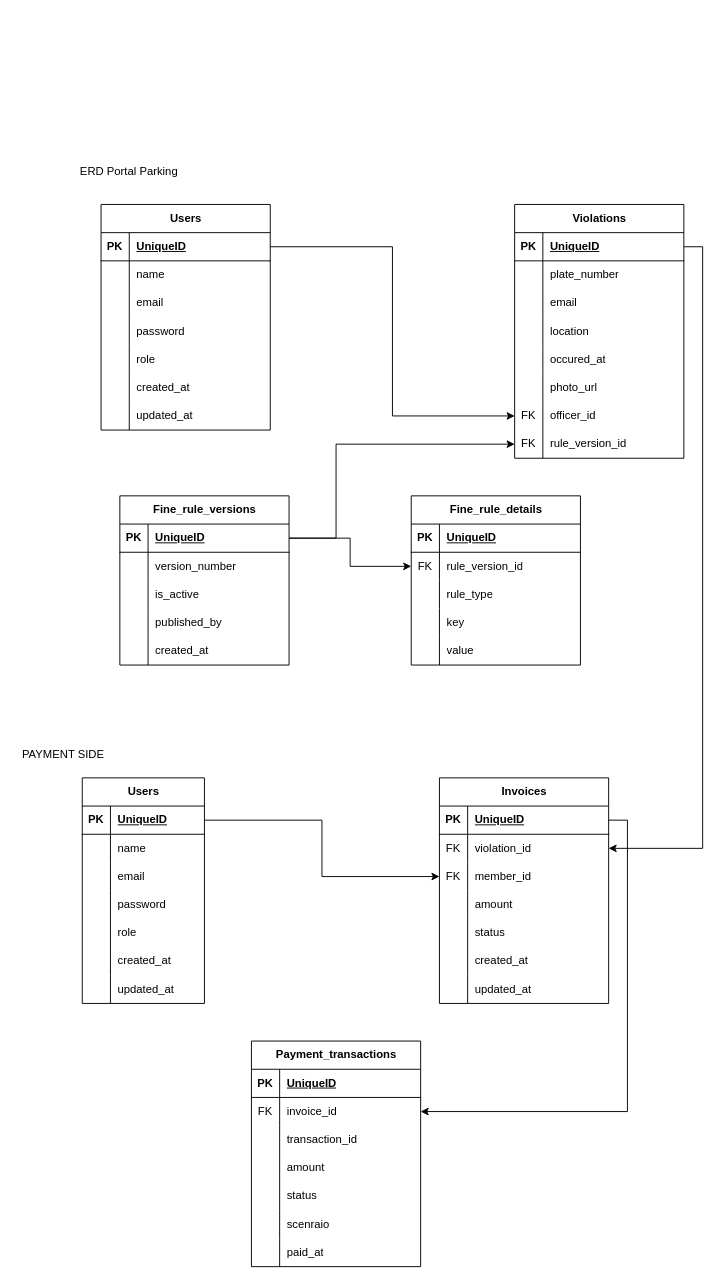
Earlier version of the draw.io diagram docs/backend/ERD.drawio (rizkimustafiyanto/parking_portal). Source tidied: cells renumbered, new cells numbered last; positions are measured from the earlier drawing's top-left corner, leaving out a move shared by most shapes. Both pictures are drawn from the tidied source at 94%, with x=0, y=0 at pixel (16, 157).
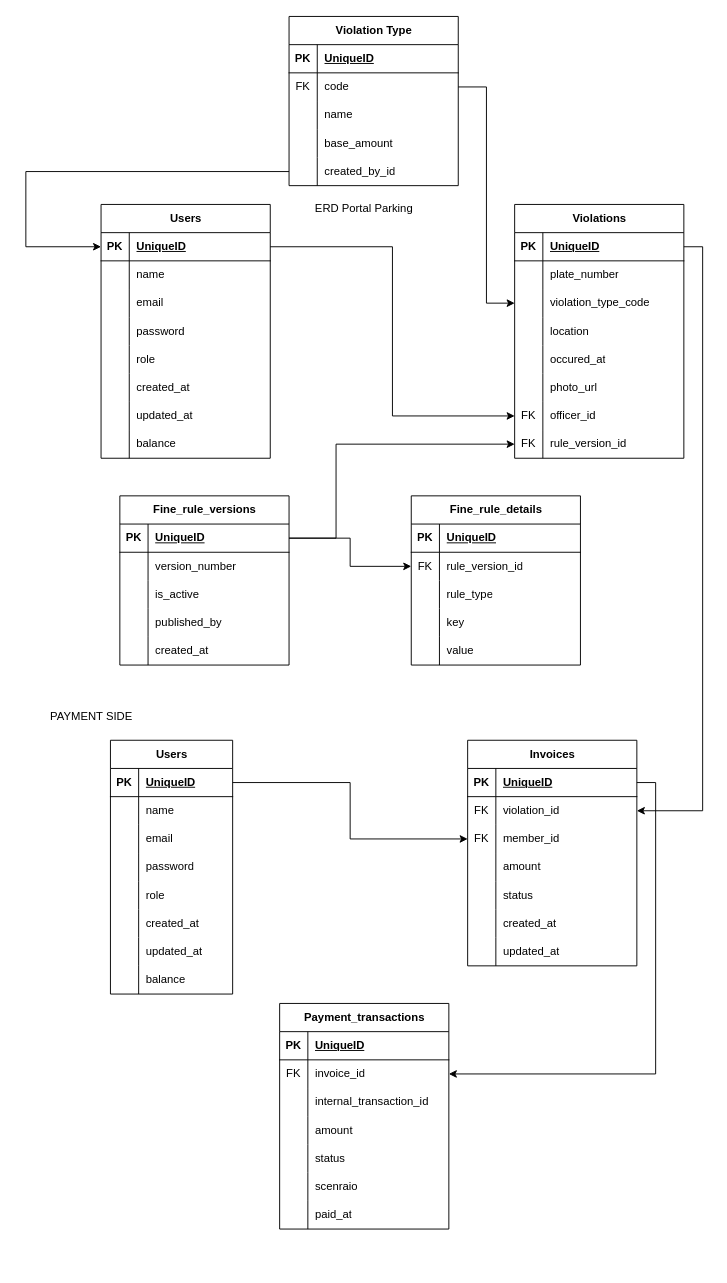
After the change.

The change refers to these unchanged cells:
```xml
<mxCell id="3" style="shape=tableRow;horizontal=0;startSize=0;swimlaneHead=0;swimlaneBody=0;fillColor=none;points=[[0,0.5],[1,0.5]];portConstraint=eastwest;top=0;left=0;right=0;bottom=1;" parent="2" vertex="1">
  <mxGeometry y="30" width="180" height="30" as="geometry" />
</mxCell>
<mxCell id="31" style="shape=tableRow;horizontal=0;startSize=0;swimlaneHead=0;swimlaneBody=0;fillColor=none;points=[[0,0.5],[1,0.5]];portConstraint=eastwest;top=0;left=0;right=0;bottom=0;" parent="24" vertex="1">
  <mxGeometry y="90" width="180" height="30" as="geometry" />
</mxCell>
<mxCell id="137" style="shape=tableRow;horizontal=0;startSize=0;swimlaneHead=0;swimlaneBody=0;fillColor=none;top=0;left=0;right=0;bottom=0;" parent="130" vertex="1">
  <mxGeometry y="90" width="180" height="30" as="geometry" />
</mxCell>
```

Change to the diagram source:
```diff
@@
     <mxCell id="2" value="Users" style="shape=table;startSize=30;childLayout=tableLayout;rowLines=0;fontStyle=1;align=center;html=1;" parent="1" vertex="1">
-      <mxGeometry x="90" y="50" width="180" height="240" as="geometry" />
+      <mxGeometry x="90" y="50" width="180" height="270" as="geometry" />
     </mxCell>
@@
+    <mxCell id="155" style="shape=tableRow;horizontal=0;startSize=0;swimlaneHead=0;swimlaneBody=0;fillColor=none;top=0;left=0;right=0;bottom=0;" parent="2" vertex="1">
+      <mxGeometry y="240" width="180" height="30" as="geometry" />
+    </mxCell>
+    <mxCell id="156" style="shape=partialRectangle;fillColor=none;top=0;left=0;bottom=0;right=0;overflow=hidden;whiteSpace=wrap;html=1;" parent="155" vertex="1">
+      <mxGeometry width="30" height="30" as="geometry" />
+    </mxCell>
+    <mxCell id="157" value="balance" style="shape=partialRectangle;fillColor=none;top=0;left=0;bottom=0;right=0;align=left;spacingLeft=6;overflow=hidden;whiteSpace=wrap;html=1;" parent="155" vertex="1">
+      <mxGeometry x="30" width="150" height="30" as="geometry" />
+    </mxCell>
@@
-    <mxCell id="33" value="email" style="shape=partialRectangle;fillColor=none;top=0;left=0;bottom=0;right=0;align=left;spacingLeft=6;overflow=hidden;whiteSpace=wrap;html=1;" parent="31" vertex="1">
+    <mxCell id="33" value="violation_type_code" style="shape=partialRectangle;fillColor=none;top=0;left=0;bottom=0;right=0;align=left;spacingLeft=6;overflow=hidden;whiteSpace=wrap;html=1;" parent="31" vertex="1">
       <mxGeometry x="30" width="150" height="30" as="geometry" />
     </mxCell>
@@
     <mxCell id="84" value="ERD Portal Parking" style="text;html=1;whiteSpace=wrap;strokeColor=none;fillColor=none;align=center;verticalAlign=middle;rounded=0;" parent="1" vertex="1">
-      <mxGeometry x="60" width="120" height="30" as="geometry" />
+      <mxGeometry x="310" y="40" width="120" height="30" as="geometry" />
     </mxCell>
     <mxCell id="85" value="PAYMENT SIDE" style="text;html=1;whiteSpace=wrap;strokeColor=none;fillColor=none;align=center;verticalAlign=middle;rounded=0;" parent="1" vertex="1">
-      <mxGeometry y="620" width="100" height="30" as="geometry" />
+      <mxGeometry x="30" y="580" width="100" height="30" as="geometry" />
     </mxCell>
     <mxCell id="86" value="Users" style="shape=table;startSize=30;childLayout=tableLayout;rowLines=0;fontStyle=1;align=center;html=1;" parent="1" vertex="1">
-      <mxGeometry x="70" y="660" width="130" height="240" as="geometry" />
+      <mxGeometry x="100" y="620" width="130" height="270" as="geometry" />
     </mxCell>
@@
+    <mxCell id="158" style="shape=tableRow;horizontal=0;startSize=0;swimlaneHead=0;swimlaneBody=0;fillColor=none;top=0;left=0;right=0;bottom=0;" parent="86" vertex="1">
+      <mxGeometry y="240" width="130" height="30" as="geometry" />
+    </mxCell>
+    <mxCell id="159" style="shape=partialRectangle;fillColor=none;top=0;left=0;bottom=0;right=0;overflow=hidden;whiteSpace=wrap;html=1;" parent="158" vertex="1">
+      <mxGeometry width="30" height="30" as="geometry" />
+    </mxCell>
+    <mxCell id="160" value="balance" style="shape=partialRectangle;fillColor=none;top=0;left=0;bottom=0;right=0;align=left;spacingLeft=6;overflow=hidden;whiteSpace=wrap;html=1;" parent="158" vertex="1">
+      <mxGeometry x="30" width="100" height="30" as="geometry" />
+    </mxCell>
     <mxCell id="108" value="Invoices" style="shape=table;startSize=30;childLayout=tableLayout;rowLines=0;fontStyle=1;align=center;html=1;" parent="1" vertex="1">
-      <mxGeometry x="450" y="660" width="180" height="240" as="geometry" />
+      <mxGeometry x="480" y="620" width="180" height="240" as="geometry" />
     </mxCell>
@@
     <mxCell id="130" value="Payment_transactions" style="shape=table;startSize=30;childLayout=tableLayout;rowLines=0;fontStyle=1;align=center;html=1;" parent="1" vertex="1">
-      <mxGeometry x="250" y="940" width="180" height="240" as="geometry" />
+      <mxGeometry x="280" y="900" width="180" height="240" as="geometry" />
     </mxCell>
@@
-    <mxCell id="139" value="transaction_id" style="shape=partialRectangle;fillColor=none;top=0;left=0;bottom=0;right=0;align=left;spacingLeft=6;overflow=hidden;whiteSpace=wrap;html=1;" parent="137" vertex="1">
+    <mxCell id="139" value="internal_transaction_id" style="shape=partialRectangle;fillColor=none;top=0;left=0;bottom=0;right=0;align=left;spacingLeft=6;overflow=hidden;whiteSpace=wrap;html=1;" parent="137" vertex="1">
       <mxGeometry x="30" width="150" height="30" as="geometry" />
     </mxCell>
@@
+    <mxCell id="161" value="Violation Type" style="shape=table;startSize=30;childLayout=tableLayout;rowLines=0;fontStyle=1;align=center;html=1;" parent="1" vertex="1">
+      <mxGeometry x="290" y="-150" width="180" height="180" as="geometry" />
+    </mxCell>
+    <mxCell id="162" style="shape=tableRow;horizontal=0;startSize=0;swimlaneHead=0;swimlaneBody=0;fillColor=none;top=0;left=0;right=0;bottom=1;" parent="161" vertex="1">
+      <mxGeometry y="30" width="180" height="30" as="geometry" />
+    </mxCell>
+    <mxCell id="163" value="PK" style="shape=partialRectangle;fillColor=none;top=0;left=0;bottom=0;right=0;fontStyle=1;overflow=hidden;whiteSpace=wrap;html=1;" parent="162" vertex="1">
+      <mxGeometry width="30" height="30" as="geometry" />
+    </mxCell>
+    <mxCell id="164" value="UniqueID" style="shape=partialRectangle;fillColor=none;top=0;left=0;bottom=0;right=0;align=left;spacingLeft=6;fontStyle=5;overflow=hidden;whiteSpace=wrap;html=1;" parent="162" vertex="1">
+      <mxGeometry x="30" width="150" height="30" as="geometry" />
+    </mxCell>
+    <mxCell id="165" style="shape=tableRow;horizontal=0;startSize=0;swimlaneHead=0;swimlaneBody=0;fillColor=none;points=[[0,0.5],[1,0.5]];portConstraint=eastwest;top=0;left=0;right=0;bottom=0;" parent="161" vertex="1">
+      <mxGeometry y="60" width="180" height="30" as="geometry" />
+    </mxCell>
+    <mxCell id="166" value="FK" style="shape=partialRectangle;fillColor=none;top=0;left=0;bottom=0;right=0;overflow=hidden;whiteSpace=wrap;html=1;" parent="165" vertex="1">
+      <mxGeometry width="30" height="30" as="geometry" />
+    </mxCell>
+    <mxCell id="167" value="code" style="shape=partialRectangle;fillColor=none;top=0;left=0;bottom=0;right=0;align=left;spacingLeft=6;overflow=hidden;whiteSpace=wrap;html=1;" parent="165" vertex="1">
+      <mxGeometry x="30" width="150" height="30" as="geometry" />
+    </mxCell>
+    <mxCell id="168" style="shape=tableRow;horizontal=0;startSize=0;swimlaneHead=0;swimlaneBody=0;fillColor=none;top=0;left=0;right=0;bottom=0;" parent="161" vertex="1">
+      <mxGeometry y="90" width="180" height="30" as="geometry" />
+    </mxCell>
+    <mxCell id="169" style="shape=partialRectangle;fillColor=none;top=0;left=0;bottom=0;right=0;overflow=hidden;whiteSpace=wrap;html=1;" parent="168" vertex="1">
+      <mxGeometry width="30" height="30" as="geometry" />
+    </mxCell>
+    <mxCell id="170" value="name&lt;span style=&quot;white-space: pre;&quot;&gt;&#9;&lt;/span&gt;" style="shape=partialRectangle;fillColor=none;top=0;left=0;bottom=0;right=0;align=left;spacingLeft=6;overflow=hidden;whiteSpace=wrap;html=1;" parent="168" vertex="1">
+      <mxGeometry x="30" width="150" height="30" as="geometry" />
+    </mxCell>
+    <mxCell id="171" style="shape=tableRow;horizontal=0;startSize=0;swimlaneHead=0;swimlaneBody=0;fillColor=none;top=0;left=0;right=0;bottom=0;" parent="161" vertex="1">
+      <mxGeometry y="120" width="180" height="30" as="geometry" />
+    </mxCell>
+    <mxCell id="172" style="shape=partialRectangle;fillColor=none;top=0;left=0;bottom=0;right=0;overflow=hidden;whiteSpace=wrap;html=1;" parent="171" vertex="1">
+      <mxGeometry width="30" height="30" as="geometry" />
+    </mxCell>
+    <mxCell id="173" value="base_amount" style="shape=partialRectangle;fillColor=none;top=0;left=0;bottom=0;right=0;align=left;spacingLeft=6;overflow=hidden;whiteSpace=wrap;html=1;" parent="171" vertex="1">
+      <mxGeometry x="30" width="150" height="30" as="geometry" />
+    </mxCell>
+    <mxCell id="174" style="shape=tableRow;horizontal=0;startSize=0;swimlaneHead=0;swimlaneBody=0;fillColor=none;points=[[0,0.5],[1,0.5]];portConstraint=eastwest;top=0;left=0;right=0;bottom=0;" parent="161" vertex="1">
+      <mxGeometry y="150" width="180" height="30" as="geometry" />
+    </mxCell>
+    <mxCell id="175" style="shape=partialRectangle;fillColor=none;top=0;left=0;bottom=0;right=0;overflow=hidden;whiteSpace=wrap;html=1;" parent="174" vertex="1">
+      <mxGeometry width="30" height="30" as="geometry" />
+    </mxCell>
+    <mxCell id="176" value="created_by_id" style="shape=partialRectangle;fillColor=none;top=0;left=0;bottom=0;right=0;align=left;spacingLeft=6;overflow=hidden;whiteSpace=wrap;html=1;" parent="174" vertex="1">
+      <mxGeometry x="30" width="150" height="30" as="geometry" />
+    </mxCell>
+    <mxCell id="177" style="edgeStyle=orthogonalEdgeStyle;rounded=0;jettySize=auto;html=1;exitX=0;exitY=0.5;exitDx=0;exitDy=0;" parent="1" edge="1" source="174" target="3">
+      <mxGeometry relative="1" as="geometry">
+        <Array as="points">
+          <mxPoint x="10" y="15" />
+          <mxPoint x="10" y="95" />
+        </Array>
+      </mxGeometry>
+    </mxCell>
+    <mxCell id="178" style="edgeStyle=orthogonalEdgeStyle;rounded=0;jettySize=auto;html=1;exitX=1;exitY=0.5;exitDx=0;exitDy=0;" parent="1" edge="1" source="165" target="31">
+      <mxGeometry relative="1" as="geometry" />
+    </mxCell>
```
